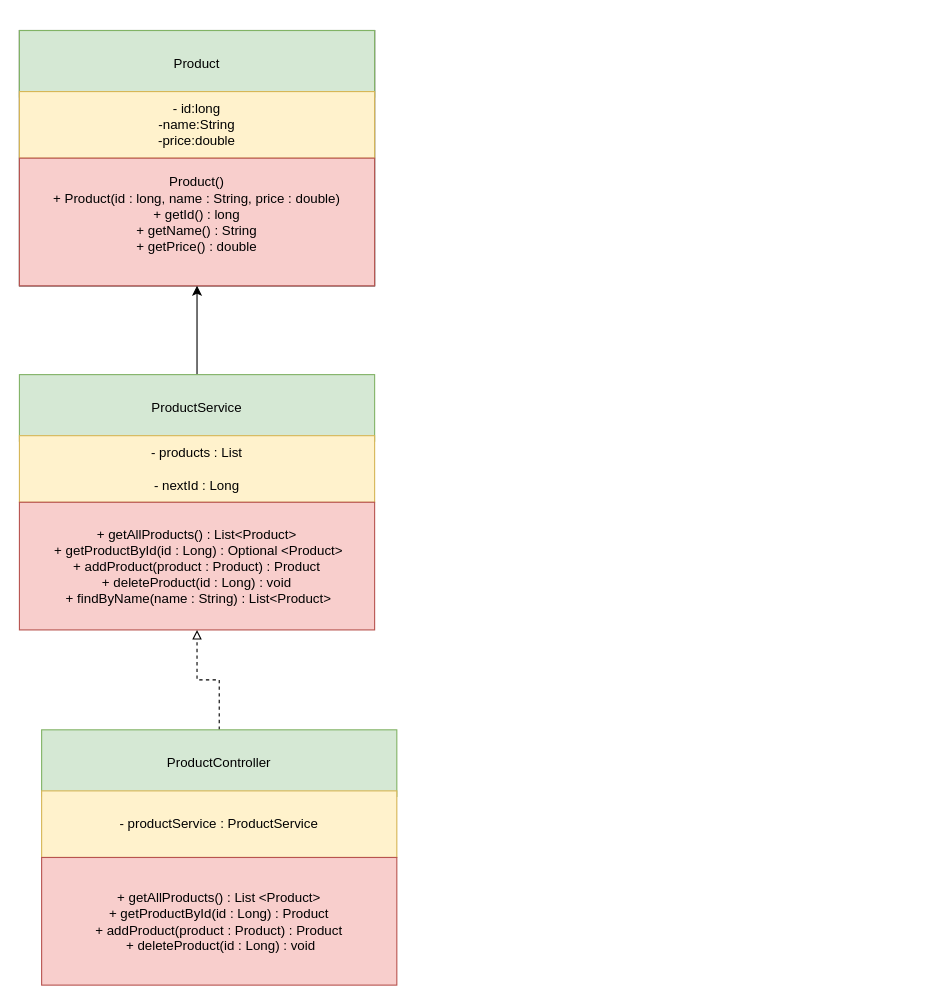
The draw.io diagram docs/uml/PRODUCT_CLASS_HIERARCHY.drawio in Mohammed-Westminster/products-api, before the edit. Source tidied: cells renumbered, new cells numbered last; positions are measured from the earlier drawing's top-left corner, leaving out a move shared by most shapes. Both pictures are drawn from the tidied source at 111%, with x=0, y=0 at pixel (19, 30).
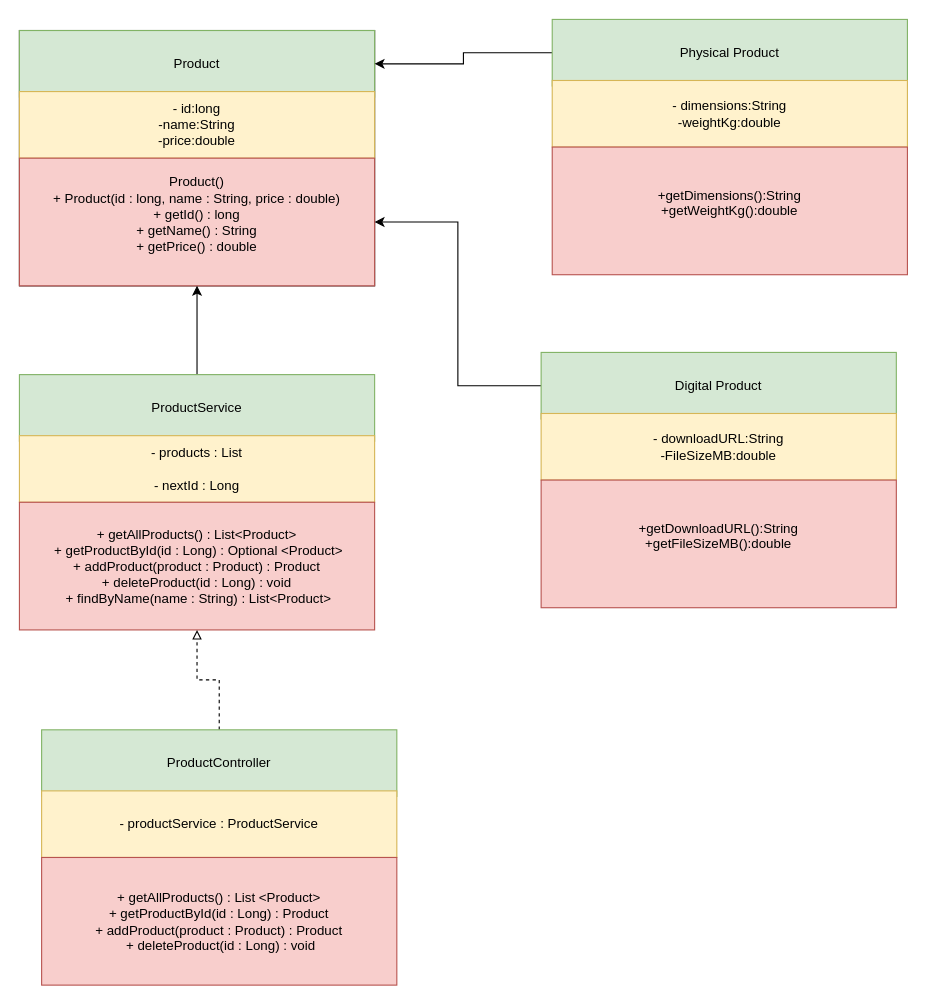
After the change.

The change refers to these unchanged cells:
```xml
<mxCell id="5" value="Product" style="text;html=1;whiteSpace=wrap;strokeColor=#82b366;fillColor=#d5e8d4;align=center;verticalAlign=middle;rounded=0;" parent="1" vertex="1">
  <mxGeometry width="320" height="60" as="geometry" />
</mxCell>
<mxCell id="7" value="Product()&lt;br&gt; + Product(id : long, name : String, price : double)&lt;br&gt; + getId() : long&lt;br&gt; + getName() : String&lt;br&gt; + getPrice() : double&lt;div&gt;&lt;br&gt;&lt;/div&gt;" style="text;html=1;whiteSpace=wrap;strokeColor=#b85450;fillColor=#f8cecc;align=center;verticalAlign=middle;rounded=0;" parent="1" vertex="1">
  <mxGeometry y="115" width="320" height="115" as="geometry" />
</mxCell>
```

What changed in the source:
```diff
@@
+    <mxCell id="16" style="edgeStyle=orthogonalEdgeStyle;rounded=0;jettySize=auto;html=1;entryX=1;entryY=0.5;entryDx=0;entryDy=0;" parent="1" edge="1" source="17" target="7">
+      <mxGeometry relative="1" as="geometry" />
+    </mxCell>
+    <mxCell id="17" value="Digital Product" style="text;html=1;whiteSpace=wrap;strokeColor=#82b366;fillColor=#d5e8d4;align=center;verticalAlign=middle;rounded=0;" parent="1" vertex="1">
+      <mxGeometry x="470" y="290" width="320" height="60" as="geometry" />
+    </mxCell>
+    <mxCell id="18" value="- downloadURL:String&lt;div&gt;-FileSizeMB:double&lt;/div&gt;" style="text;html=1;whiteSpace=wrap;strokeColor=#d6b656;fillColor=#fff2cc;align=center;verticalAlign=middle;rounded=0;" parent="1" vertex="1">
+      <mxGeometry x="470" y="345" width="320" height="60" as="geometry" />
+    </mxCell>
+    <mxCell id="19" value="+getDownloadURL():String&lt;div&gt;+getFileSizeMB():double&lt;br&gt;&lt;div&gt;&lt;br&gt;&lt;/div&gt;&lt;/div&gt;" style="text;html=1;whiteSpace=wrap;strokeColor=#b85450;fillColor=#f8cecc;align=center;verticalAlign=middle;rounded=0;" parent="1" vertex="1">
+      <mxGeometry x="470" y="405" width="320" height="115" as="geometry" />
+    </mxCell>
+    <mxCell id="20" style="edgeStyle=orthogonalEdgeStyle;rounded=0;jettySize=auto;html=1;entryX=1;entryY=0.5;entryDx=0;entryDy=0;" parent="1" edge="1" source="21" target="5">
+      <mxGeometry relative="1" as="geometry" />
+    </mxCell>
+    <mxCell id="21" value="Physical Product" style="text;html=1;whiteSpace=wrap;strokeColor=#82b366;fillColor=#d5e8d4;align=center;verticalAlign=middle;rounded=0;" parent="1" vertex="1">
+      <mxGeometry x="480" y="-10" width="320" height="60" as="geometry" />
+    </mxCell>
+    <mxCell id="22" value="- dimensions:String&lt;div&gt;-weightKg:double&lt;/div&gt;" style="text;html=1;whiteSpace=wrap;strokeColor=#d6b656;fillColor=#fff2cc;align=center;verticalAlign=middle;rounded=0;" parent="1" vertex="1">
+      <mxGeometry x="480" y="45" width="320" height="60" as="geometry" />
+    </mxCell>
+    <mxCell id="23" value="+getDimensions():String&lt;div&gt;+getWeightKg():double&lt;br&gt;&lt;div&gt;&lt;br&gt;&lt;/div&gt;&lt;/div&gt;" style="text;html=1;whiteSpace=wrap;strokeColor=#b85450;fillColor=#f8cecc;align=center;verticalAlign=middle;rounded=0;" parent="1" vertex="1">
+      <mxGeometry x="480" y="105" width="320" height="115" as="geometry" />
+    </mxCell>
```
